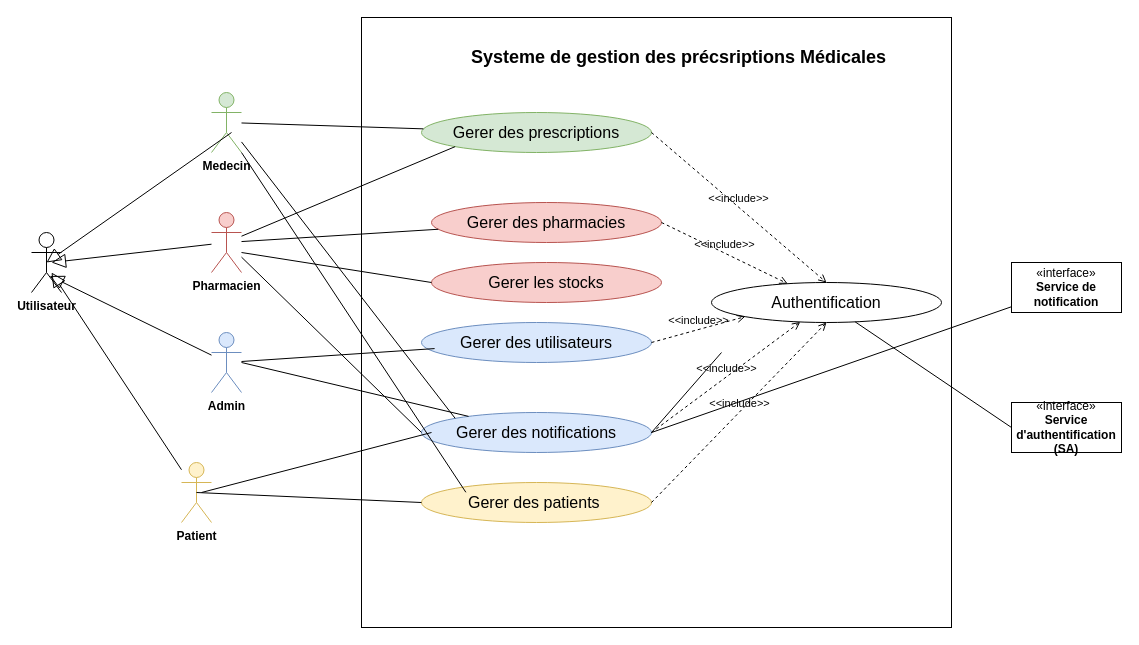
This is Use case Raffiné.drawio from siwar630/Conception-pfe, a draw.io file, before an edit. Source tidied: cells renumbered, new cells numbered last; positions are measured from the earlier drawing's top-left corner, leaving out a move shared by most shapes. Both pictures are drawn from the tidied source at 100%, with x=0, y=0 at pixel (31, 17).
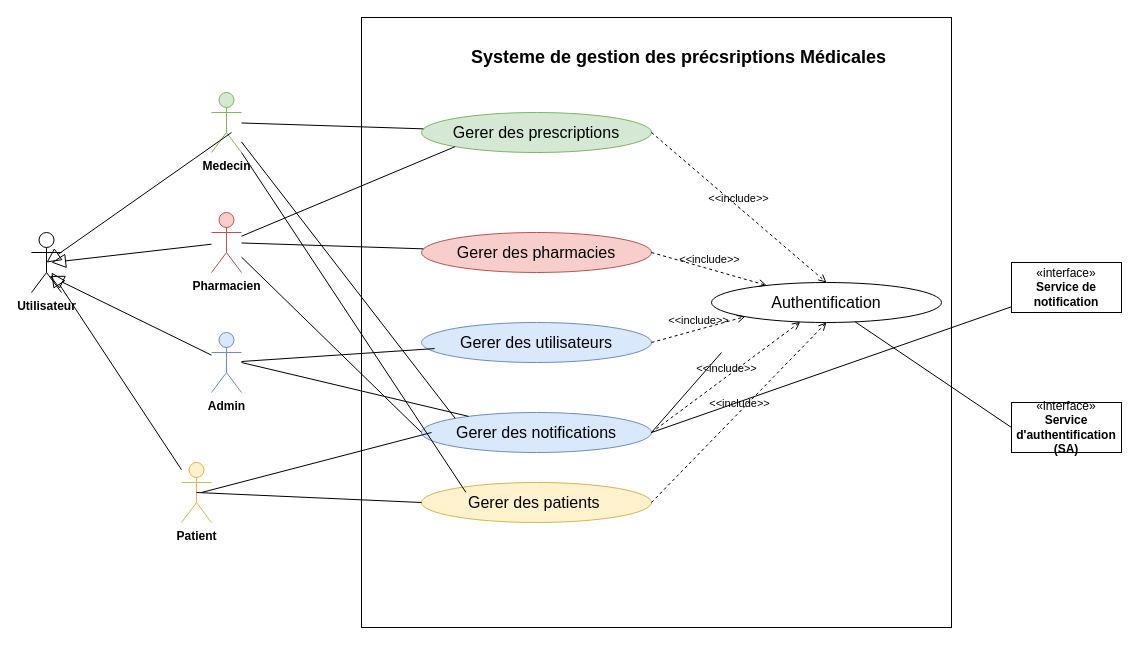
The same page after the edit.

Commit message:
Mettre à jour Use case Raffiné.drawio

Diff of the diagram source:
```diff
@@
     <mxCell id="9" value="&lt;span style=&quot;font-size: 16px;&quot;&gt;Gerer des pha&lt;/span&gt;&lt;span style=&quot;font-size: 16px;&quot;&gt;rmacies&lt;/span&gt;" style="ellipse;whiteSpace=wrap;html=1;align=center;fillColor=#f8cecc;strokeColor=#b85450;" parent="1" vertex="1">
-      <mxGeometry x="400" y="185" width="230" height="40" as="geometry" />
+      <mxGeometry x="390" y="215" width="230" height="40" as="geometry" />
     </mxCell>
@@
-    <mxCell id="39" value="&lt;span style=&quot;font-size: 16px;&quot;&gt;Gerer les stocks&lt;/span&gt;" style="ellipse;whiteSpace=wrap;html=1;align=center;fillColor=#f8cecc;strokeColor=#b85450;" parent="1" vertex="1">
-      <mxGeometry x="400" y="245" width="230" height="40" as="geometry" />
-    </mxCell>
-    <mxCell id="40" style="endArrow=none;html=1;rounded=0;entryX=0;entryY=0.5;entryDx=0;entryDy=0;" parent="1" edge="1" target="39">
-      <mxGeometry relative="1" as="geometry">
-        <mxPoint x="210" y="235" as="sourcePoint" />
-      </mxGeometry>
-    </mxCell>
```
